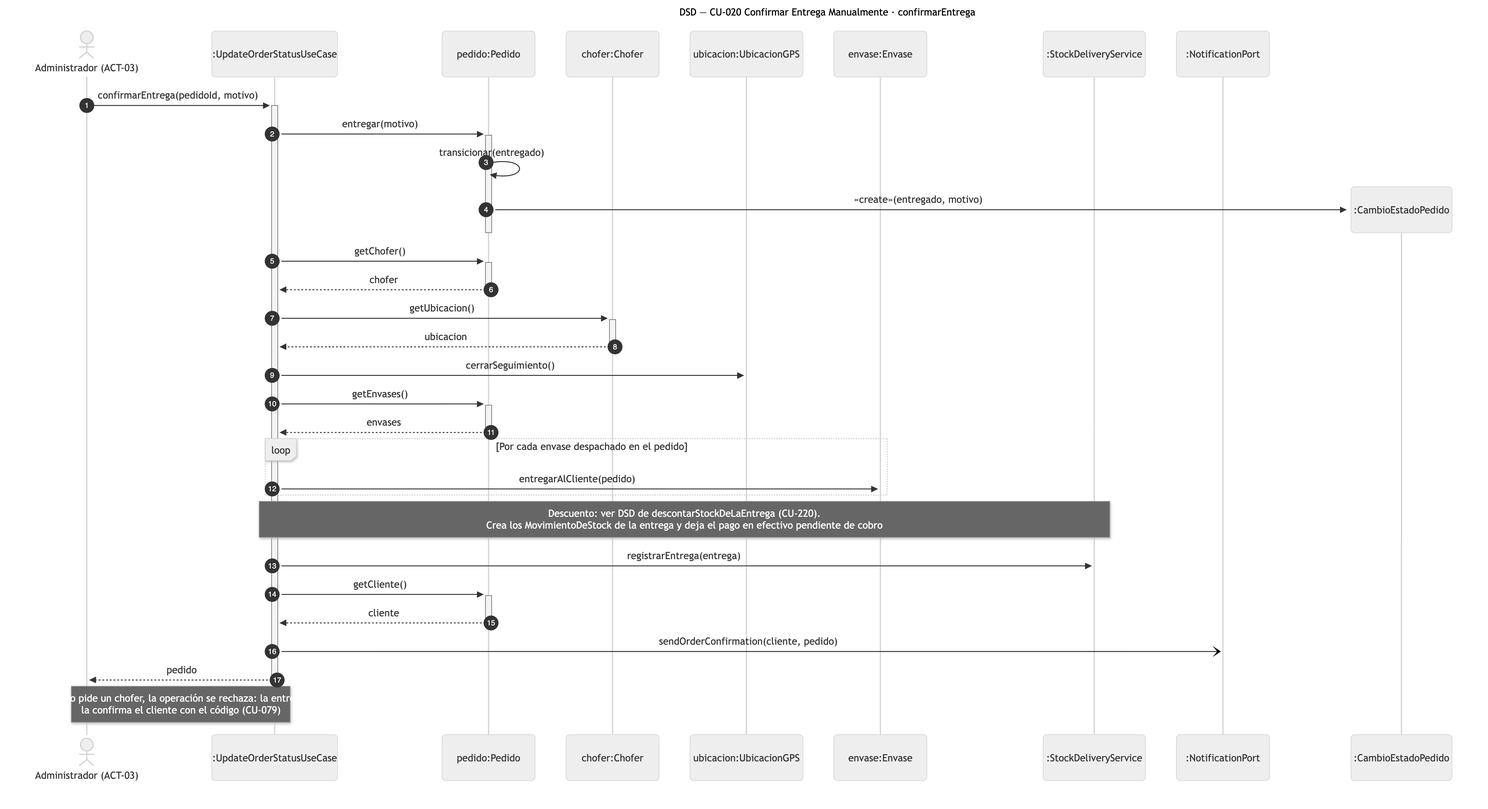
Before: diagramas/png/DSD_CU-020_confirmarEntrega.png, a diagram exported from Mermaid (Nahuelito-Dev/splg-docs). Its source is kept beside it as diagramas/DSD_CU-020_confirmarEntrega.mmd.
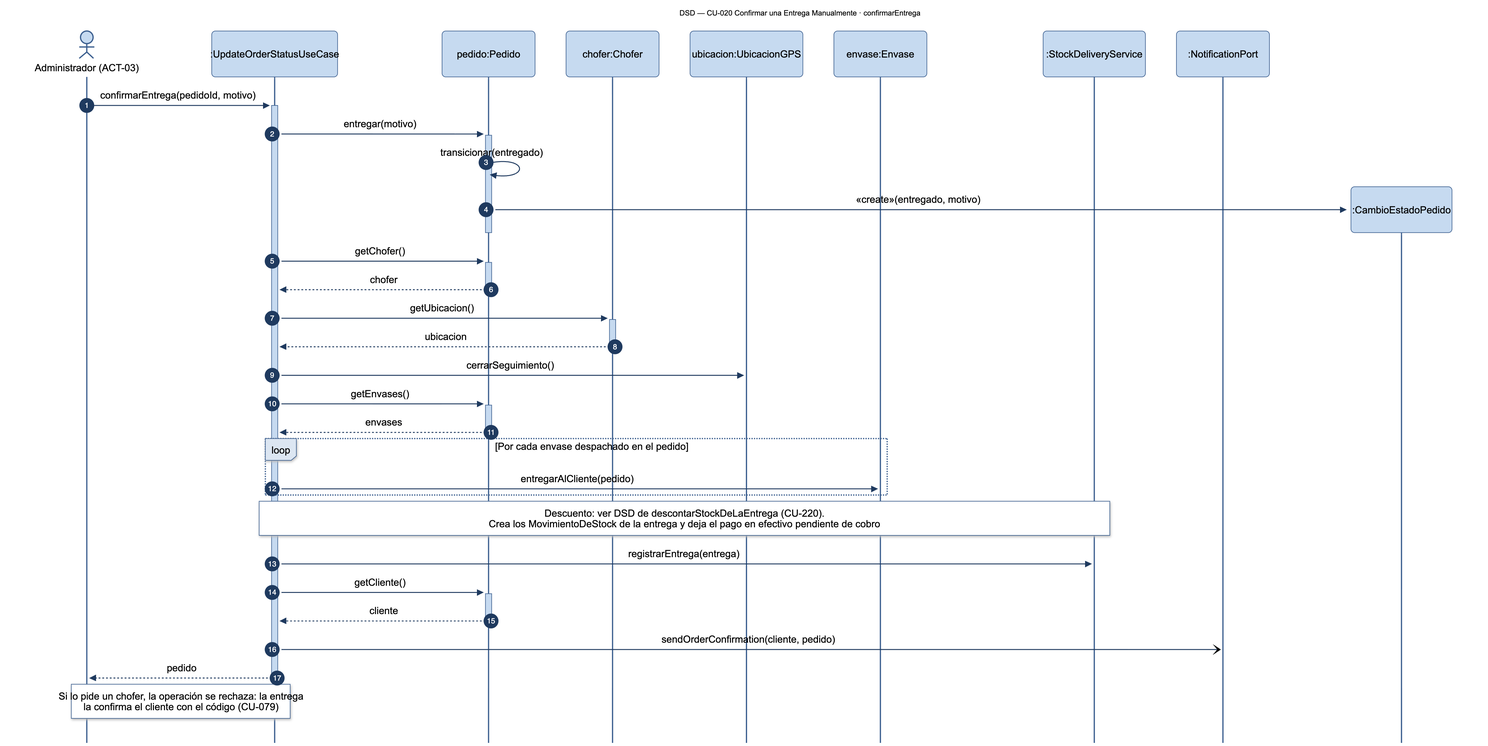
After the change.

Change to the diagram source:
```diff
@@ -1,5 +1,5 @@
 sequenceDiagram
-    title DSD — CU-020 Confirmar Entrega Manualmente · confirmarEntrega
+    title DSD — CU-020 Confirmar una Entrega Manualmente · confirmarEntrega
     autonumber
     actor ADM as Administrador (ACT-03)
     participant UCS as :UpdateOrderStatusUseCase
```
